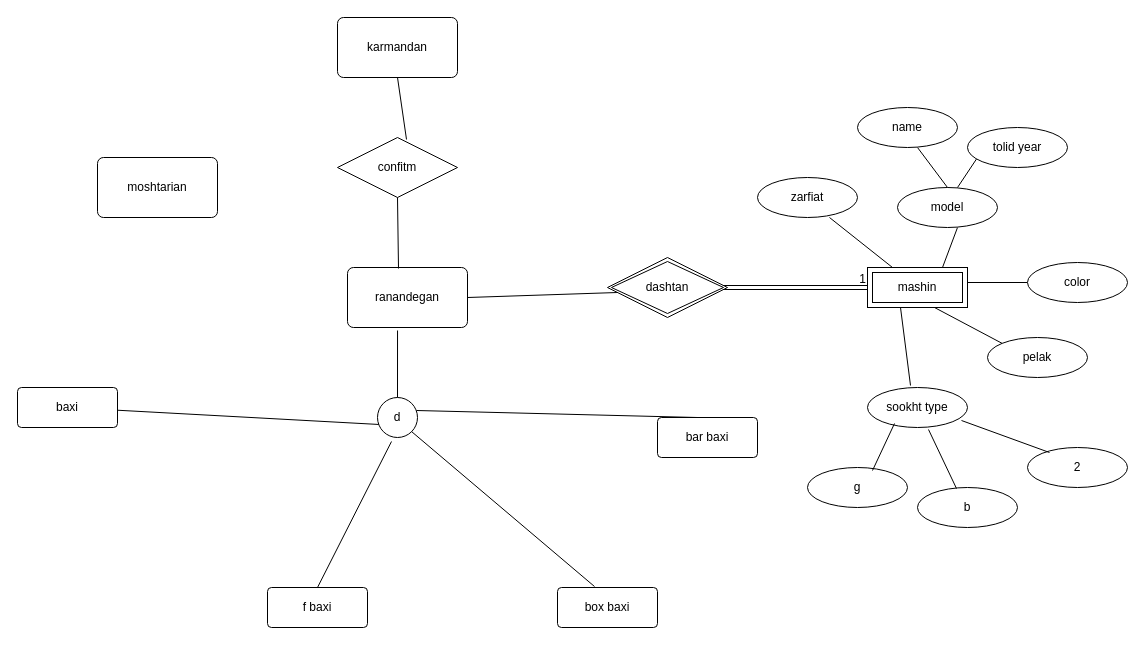
The draw.io diagram Untitled Diagram.drawio in amirhoseinsafarii/prvz, before the edit. Source tidied: cells renumbered, new cells numbered last; positions are measured from the earlier drawing's top-left corner, leaving out a move shared by most shapes. Both pictures are drawn from the tidied source at 100%, with x=0, y=0 at pixel (17, 17).
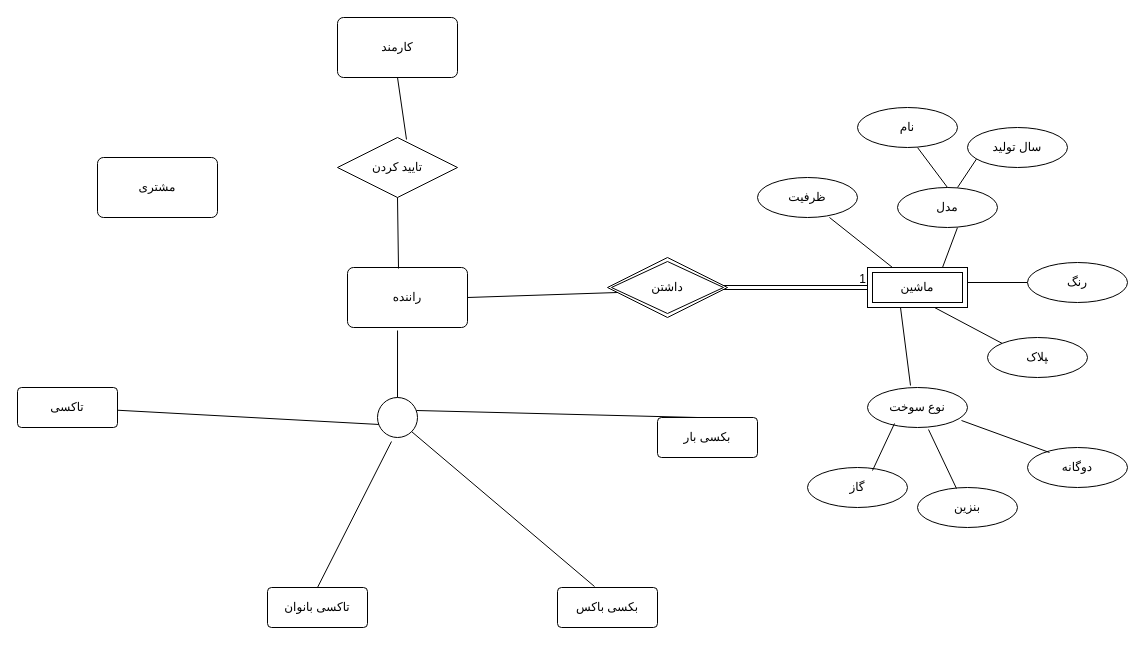
After the change.

The edit, as a diff of the source:
```diff
@@
-    <mxCell id="2" value="moshtarian" style="rounded=1;arcSize=10;whiteSpace=wrap;html=1;align=center;" parent="1" vertex="1">
+    <mxCell id="2" value="مشتری" style="rounded=1;arcSize=10;whiteSpace=wrap;html=1;align=center;" parent="1" vertex="1">
       <mxGeometry x="80" y="140" width="120" height="60" as="geometry" />
     </mxCell>
-    <mxCell id="3" value="ranandegan" style="rounded=1;arcSize=10;whiteSpace=wrap;html=1;align=center;" parent="1" vertex="1">
+    <mxCell id="3" value="راننده" style="rounded=1;arcSize=10;whiteSpace=wrap;html=1;align=center;" parent="1" vertex="1">
       <mxGeometry x="330" y="250" width="120" height="60" as="geometry" />
     </mxCell>
-    <mxCell id="4" value="karmandan" style="rounded=1;arcSize=10;whiteSpace=wrap;html=1;align=center;" parent="1" vertex="1">
+    <mxCell id="4" value="کارمند" style="rounded=1;arcSize=10;whiteSpace=wrap;html=1;align=center;" parent="1" vertex="1">
       <mxGeometry x="320" width="120" height="60" as="geometry" />
     </mxCell>
@@
-    <mxCell id="6" value="baxi" style="rounded=1;arcSize=10;whiteSpace=wrap;html=1;align=center;" parent="1" vertex="1">
+    <mxCell id="6" value="تاکسی" style="rounded=1;arcSize=10;whiteSpace=wrap;html=1;align=center;" parent="1" vertex="1">
       <mxGeometry y="370" width="100" height="40" as="geometry" />
     </mxCell>
-    <mxCell id="7" value="f baxi" style="rounded=1;arcSize=10;whiteSpace=wrap;html=1;align=center;" parent="1" vertex="1">
+    <mxCell id="7" value="تاکسی بانوان" style="rounded=1;arcSize=10;whiteSpace=wrap;html=1;align=center;" parent="1" vertex="1">
       <mxGeometry x="250" y="570" width="100" height="40" as="geometry" />
     </mxCell>
-    <mxCell id="8" value="box baxi" style="rounded=1;arcSize=10;whiteSpace=wrap;html=1;align=center;" parent="1" vertex="1">
+    <mxCell id="8" value="بکسی باکس" style="rounded=1;arcSize=10;whiteSpace=wrap;html=1;align=center;" parent="1" vertex="1">
       <mxGeometry x="540" y="570" width="100" height="40" as="geometry" />
     </mxCell>
-    <mxCell id="9" value="bar baxi" style="rounded=1;arcSize=10;whiteSpace=wrap;html=1;align=center;" parent="1" vertex="1">
+    <mxCell id="9" value="بکسی بار" style="rounded=1;arcSize=10;whiteSpace=wrap;html=1;align=center;" parent="1" vertex="1">
       <mxGeometry x="640" y="400" width="100" height="40" as="geometry" />
     </mxCell>
-    <mxCell id="10" value="d" style="ellipse;whiteSpace=wrap;html=1;" parent="1" vertex="1">
+    <mxCell id="10" style="ellipse;whiteSpace=wrap;html=1;" parent="1" vertex="1">
       <mxGeometry x="360" y="380" width="40" height="40" as="geometry" />
     </mxCell>
@@
-    <mxCell id="17" value="model" style="ellipse;whiteSpace=wrap;html=1;align=center;" parent="1" vertex="1">
+    <mxCell id="17" value="مدل " style="ellipse;whiteSpace=wrap;html=1;align=center;" parent="1" vertex="1">
       <mxGeometry x="880" y="170" width="100" height="40" as="geometry" />
     </mxCell>
@@
-    <mxCell id="20" value="mashin" style="shape=ext;margin=3;double=1;whiteSpace=wrap;html=1;align=center;" parent="1" vertex="1">
+    <mxCell id="20" value="ماشین" style="shape=ext;margin=3;double=1;whiteSpace=wrap;html=1;align=center;" parent="1" vertex="1">
       <mxGeometry x="850" y="250" width="100" height="40" as="geometry" />
     </mxCell>
@@
-    <mxCell id="23" value="dashtan" style="shape=rhombus;double=1;perimeter=rhombusPerimeter;whiteSpace=wrap;html=1;align=center;" parent="1" vertex="1">
+    <mxCell id="23" value="داشتن" style="shape=rhombus;double=1;perimeter=rhombusPerimeter;whiteSpace=wrap;html=1;align=center;" parent="1" vertex="1">
       <mxGeometry x="590" y="240" width="120" height="60" as="geometry" />
     </mxCell>
-    <mxCell id="24" value="name" style="ellipse;whiteSpace=wrap;html=1;align=center;" parent="1" vertex="1">
+    <mxCell id="24" value="نام" style="ellipse;whiteSpace=wrap;html=1;align=center;" parent="1" vertex="1">
       <mxGeometry x="840" y="90" width="100" height="40" as="geometry" />
     </mxCell>
-    <mxCell id="25" value="tolid year" style="ellipse;whiteSpace=wrap;html=1;align=center;" parent="1" vertex="1">
+    <mxCell id="25" value="سال تولید" style="ellipse;whiteSpace=wrap;html=1;align=center;" parent="1" vertex="1">
       <mxGeometry x="950" y="110" width="100" height="40" as="geometry" />
     </mxCell>
@@
-    <mxCell id="27" value="color" style="ellipse;whiteSpace=wrap;html=1;align=center;" parent="1" vertex="1">
+    <mxCell id="27" value="رنگ" style="ellipse;whiteSpace=wrap;html=1;align=center;" parent="1" vertex="1">
       <mxGeometry x="1010" y="245" width="100" height="40" as="geometry" />
     </mxCell>
-    <mxCell id="28" value="pelak" style="ellipse;whiteSpace=wrap;html=1;align=center;" parent="1" vertex="1">
+    <mxCell id="28" value="‍پلاک" style="ellipse;whiteSpace=wrap;html=1;align=center;" parent="1" vertex="1">
       <mxGeometry x="970" y="320" width="100" height="40" as="geometry" />
     </mxCell>
-    <mxCell id="29" value="sookht type" style="ellipse;whiteSpace=wrap;html=1;align=center;" parent="1" vertex="1">
+    <mxCell id="29" value="نوع سوخت" style="ellipse;whiteSpace=wrap;html=1;align=center;" parent="1" vertex="1">
       <mxGeometry x="850" y="370" width="100" height="40" as="geometry" />
     </mxCell>
-    <mxCell id="30" value="zarfiat" style="ellipse;whiteSpace=wrap;html=1;align=center;" parent="1" vertex="1">
+    <mxCell id="30" value="ظرفیت" style="ellipse;whiteSpace=wrap;html=1;align=center;" parent="1" vertex="1">
       <mxGeometry x="740" y="160" width="100" height="40" as="geometry" />
     </mxCell>
@@
-    <mxCell id="34" value="g" style="ellipse;whiteSpace=wrap;html=1;align=center;" parent="1" vertex="1">
+    <mxCell id="34" value="گاز" style="ellipse;whiteSpace=wrap;html=1;align=center;" parent="1" vertex="1">
       <mxGeometry x="790" y="450" width="100" height="40" as="geometry" />
     </mxCell>
-    <mxCell id="35" value="b" style="ellipse;whiteSpace=wrap;html=1;align=center;" parent="1" vertex="1">
+    <mxCell id="35" value="بنزین" style="ellipse;whiteSpace=wrap;html=1;align=center;" parent="1" vertex="1">
       <mxGeometry x="900" y="470" width="100" height="40" as="geometry" />
     </mxCell>
-    <mxCell id="36" value="2" style="ellipse;whiteSpace=wrap;html=1;align=center;" parent="1" vertex="1">
+    <mxCell id="36" value="دوگانه" style="ellipse;whiteSpace=wrap;html=1;align=center;" parent="1" vertex="1">
       <mxGeometry x="1010" y="430" width="100" height="40" as="geometry" />
     </mxCell>
@@
-    <mxCell id="40" value="confitm" style="shape=rhombus;perimeter=rhombusPerimeter;whiteSpace=wrap;html=1;align=center;" parent="1" vertex="1">
+    <mxCell id="40" value="تایید کردن" style="shape=rhombus;perimeter=rhombusPerimeter;whiteSpace=wrap;html=1;align=center;" parent="1" vertex="1">
       <mxGeometry x="320" y="120" width="120" height="60" as="geometry" />
     </mxCell>
```
